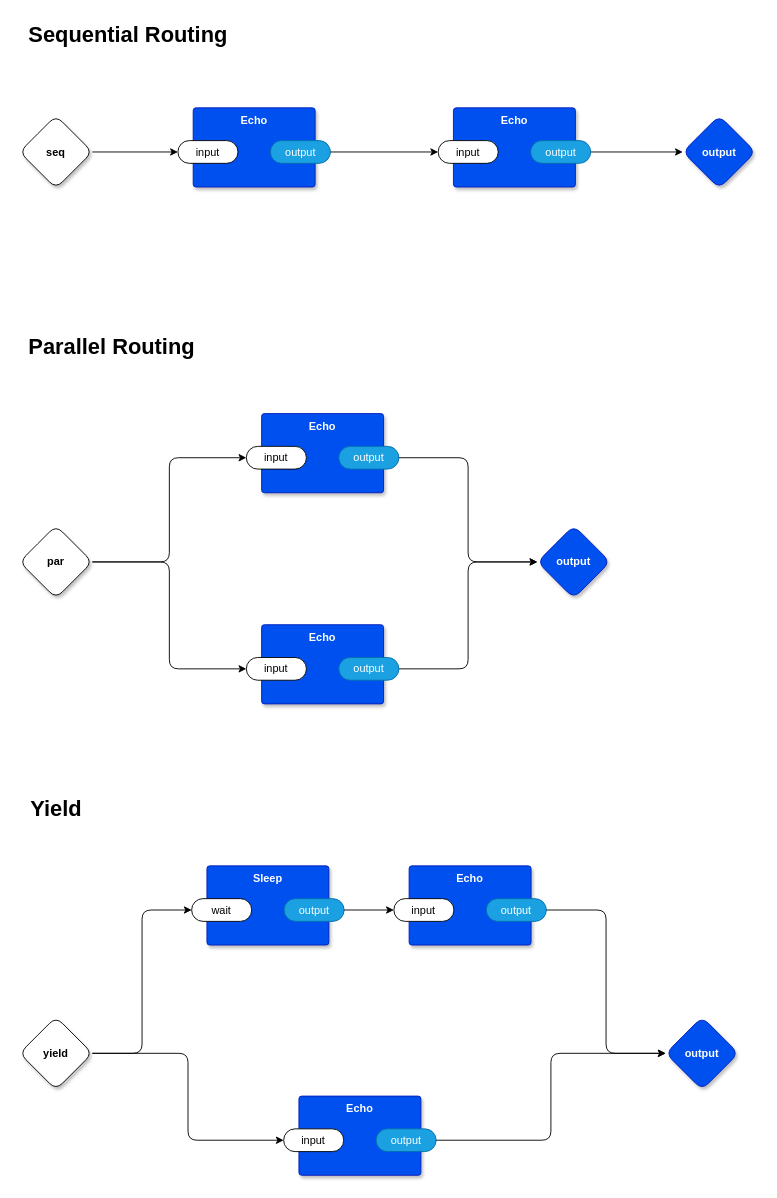
Before: example.drawio in guitarvydas/odin0d, a draw.io diagram. Source tidied: cells renumbered, new cells numbered last; positions are measured from the earlier drawing's top-left corner, leaving out a move shared by most shapes. Both pictures are drawn from the tidied source at 91%, with x=0, y=0 at pixel (19, 15).
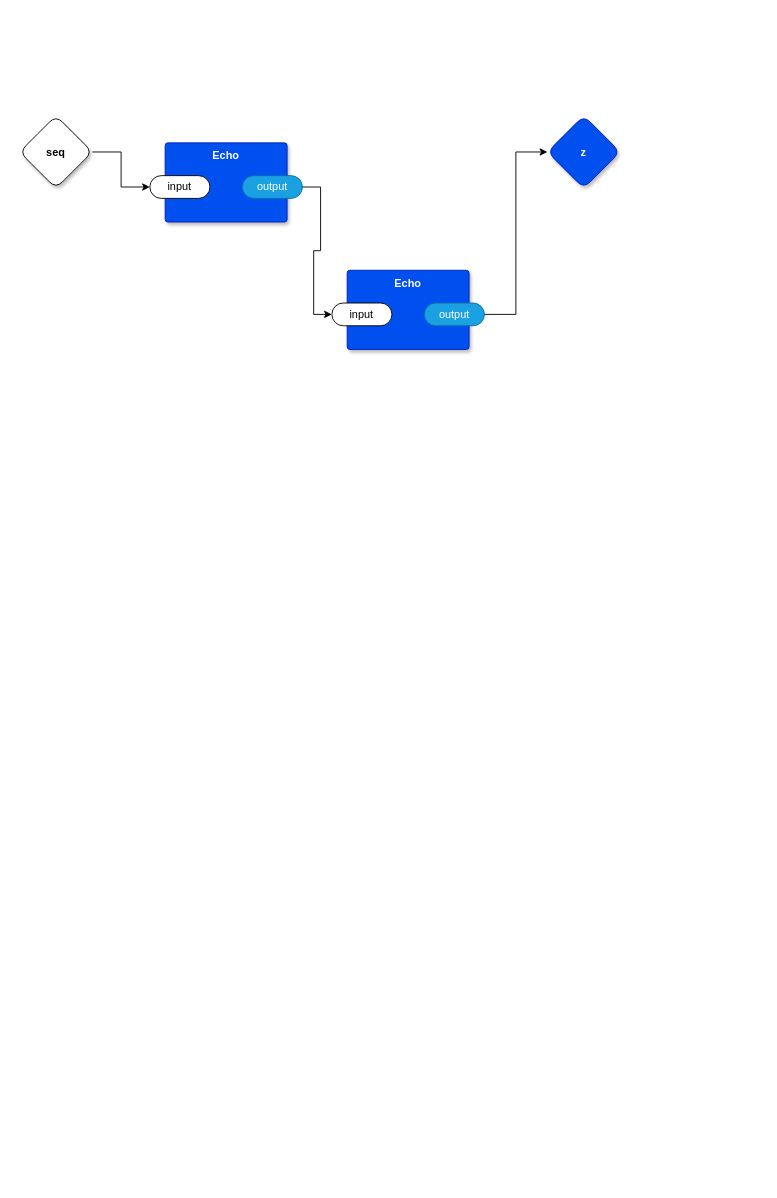
After the change.

Unchanged cells that the change refers to:
```xml
<mxCell id="15" value="seq" style="rhombus;whiteSpace=wrap;html=1;rounded=1;fontStyle=1;glass=0;sketch=0;fontSize=12;points=[[0,0.5,0,0,0],[0.5,0,0,0,0],[0.5,1,0,0,0],[1,0.5,0,0,0]];shadow=1;" parent="1" vertex="1">
  <mxGeometry y="109.5" width="80" height="80" as="geometry" />
</mxCell>
```

The edit, as a diff of the source:
```diff
@@
-    <mxCell id="2" style="edgeStyle=orthogonalEdgeStyle;rounded=1;jettySize=auto;html=1;exitX=1;exitY=0.5;exitDx=0;exitDy=0;exitPerimeter=0;entryX=0;entryY=0.5;entryDx=0;entryDy=0;entryPerimeter=0;" parent="1" edge="1" source="4" target="7">
-      <mxGeometry relative="1" as="geometry" />
-    </mxCell>
-    <mxCell id="3" style="edgeStyle=orthogonalEdgeStyle;rounded=1;jettySize=auto;html=1;exitX=1;exitY=0.5;exitDx=0;exitDy=0;exitPerimeter=0;entryX=0;entryY=0.5;entryDx=0;entryDy=0;entryPerimeter=0;" parent="1" edge="1" source="4" target="10">
-      <mxGeometry relative="1" as="geometry" />
-    </mxCell>
-    <mxCell id="4" value="par" style="rhombus;whiteSpace=wrap;html=1;rounded=1;fontStyle=1;glass=0;sketch=0;fontSize=12;points=[[0,0.5,0,0,0],[0.5,0,0,0,0],[0.5,1,0,0,0],[1,0.5,0,0,0]];shadow=1;" parent="1" vertex="1">
-      <mxGeometry y="560" width="80" height="80" as="geometry" />
-    </mxCell>
-    <mxCell id="5" value="output" style="rhombus;whiteSpace=wrap;html=1;rounded=1;fillColor=#0050ef;fontColor=#ffffff;strokeColor=#001DBC;fontStyle=1;glass=0;sketch=0;fontSize=12;points=[[0,0.5,0,0,0],[0.5,0,0,0,0],[0.5,1,0,0,0],[1,0.5,0,0,0]];shadow=1;" parent="1" vertex="1">
-      <mxGeometry x="569" y="560" width="80" height="80" as="geometry" />
-    </mxCell>
-    <mxCell id="6" value="Echo" style="rounded=1;whiteSpace=wrap;html=1;sketch=0;verticalAlign=top;arcSize=6;fontStyle=1;absoluteArcSize=1;shadow=1;strokeColor=#001DBC;fillColor=#0050ef;fontColor=#ffffff;" parent="1" vertex="1">
-      <mxGeometry x="266" y="669" width="134" height="87" as="geometry" />
-    </mxCell>
-    <mxCell id="7" value="input" style="rounded=1;whiteSpace=wrap;html=1;sketch=0;points=[[0,0.5,0,0,0],[1,0.5,0,0,0]];arcSize=50;" parent="6" vertex="1">
-      <mxGeometry x="-16.8" y="36" width="66" height="25" as="geometry" />
-    </mxCell>
-    <mxCell id="8" value="output" style="rounded=1;whiteSpace=wrap;html=1;sketch=0;points=[[0,0.5,0,0,0],[1,0.5,0,0,0]];fillColor=#1ba1e2;fontColor=#ffffff;strokeColor=#006EAF;arcSize=50;" parent="6" vertex="1">
-      <mxGeometry x="84.8" y="36" width="66" height="25" as="geometry" />
-    </mxCell>
-    <mxCell id="9" value="Echo" style="rounded=1;whiteSpace=wrap;html=1;sketch=0;verticalAlign=top;arcSize=6;fontStyle=1;absoluteArcSize=1;shadow=1;strokeColor=#001DBC;fillColor=#0050ef;fontColor=#ffffff;" parent="1" vertex="1">
-      <mxGeometry x="266" y="437" width="134" height="87" as="geometry" />
-    </mxCell>
-    <mxCell id="10" value="input" style="rounded=1;whiteSpace=wrap;html=1;sketch=0;points=[[0,0.5,0,0,0],[1,0.5,0,0,0]];arcSize=50;" parent="9" vertex="1">
-      <mxGeometry x="-16.8" y="36" width="66" height="25" as="geometry" />
-    </mxCell>
-    <mxCell id="11" value="output" style="rounded=1;whiteSpace=wrap;html=1;sketch=0;points=[[0,0.5,0,0,0],[1,0.5,0,0,0]];fillColor=#1ba1e2;fontColor=#ffffff;strokeColor=#006EAF;arcSize=50;" parent="9" vertex="1">
-      <mxGeometry x="84.8" y="36" width="66" height="25" as="geometry" />
-    </mxCell>
-    <mxCell id="12" style="edgeStyle=orthogonalEdgeStyle;rounded=1;jettySize=auto;html=1;exitX=1;exitY=0.5;exitDx=0;exitDy=0;exitPerimeter=0;entryX=0;entryY=0.5;entryDx=0;entryDy=0;entryPerimeter=0;" parent="1" edge="1" source="11" target="5">
-      <mxGeometry relative="1" as="geometry" />
-    </mxCell>
-    <mxCell id="13" style="edgeStyle=orthogonalEdgeStyle;rounded=1;jettySize=auto;html=1;exitX=1;exitY=0.5;exitDx=0;exitDy=0;exitPerimeter=0;entryX=0;entryY=0.5;entryDx=0;entryDy=0;entryPerimeter=0;" parent="1" edge="1" source="8" target="5">
-      <mxGeometry relative="1" as="geometry" />
-    </mxCell>
-    <mxCell id="14" style="edgeStyle=orthogonalEdgeStyle;rounded=1;jettySize=auto;html=1;exitX=1;exitY=0.5;exitDx=0;exitDy=0;exitPerimeter=0;entryX=0;entryY=0.5;entryDx=0;entryDy=0;entryPerimeter=0;" parent="1" edge="1" source="15" target="21">
-      <mxGeometry relative="1" as="geometry" />
-    </mxCell>
+    <mxCell id="44" value="Echo" style="rounded=1;whiteSpace=wrap;html=1;sketch=0;verticalAlign=top;arcSize=6;fontStyle=1;absoluteArcSize=1;shadow=1;strokeColor=#001DBC;fillColor=#0050ef;fontColor=#ffffff;" parent="1" vertex="1">
+      <mxGeometry x="160" y="139.5" width="134" height="87" as="geometry" />
+    </mxCell>
+    <mxCell id="45" value="input" style="rounded=1;whiteSpace=wrap;html=1;sketch=0;points=[[0,0.5,0,0,0],[1,0.5,0,0,0]];arcSize=50;" parent="44" vertex="1">
+      <mxGeometry x="-16.8" y="36" width="66" height="25" as="geometry" />
+    </mxCell>
+    <mxCell id="46" value="output" style="rounded=1;whiteSpace=wrap;html=1;sketch=0;points=[[0,0.5,0,0,0],[1,0.5,0,0,0]];fillColor=#1ba1e2;fontColor=#ffffff;strokeColor=#006EAF;arcSize=50;" parent="44" vertex="1">
+      <mxGeometry x="84.8" y="36" width="66" height="25" as="geometry" />
+    </mxCell>
+    <mxCell id="47" style="edgeStyle=orthogonalEdgeStyle;rounded=0;jettySize=auto;html=1;exitX=1;exitY=0.5;exitDx=0;exitDy=0;exitPerimeter=0;" parent="1" edge="1" source="15" target="45">
+      <mxGeometry relative="1" as="geometry" />
+    </mxCell>
@@
-    <mxCell id="16" value="output" style="rhombus;whiteSpace=wrap;html=1;rounded=1;fillColor=#0050ef;fontColor=#ffffff;strokeColor=#001DBC;fontStyle=1;glass=0;sketch=0;fontSize=12;points=[[0,0.5,0,0,0],[0.5,0,0,0,0],[0.5,1,0,0,0],[1,0.5,0,0,0]];shadow=1;" parent="1" vertex="1">
-      <mxGeometry x="728.8" y="109.5" width="80" height="80" as="geometry" />
-    </mxCell>
-    <mxCell id="17" value="Echo" style="rounded=1;whiteSpace=wrap;html=1;sketch=0;verticalAlign=top;arcSize=6;fontStyle=1;absoluteArcSize=1;shadow=1;strokeColor=#001DBC;fillColor=#0050ef;fontColor=#ffffff;" parent="1" vertex="1">
-      <mxGeometry x="476.8" y="101" width="134" height="87" as="geometry" />
-    </mxCell>
-    <mxCell id="18" value="input" style="rounded=1;whiteSpace=wrap;html=1;sketch=0;points=[[0,0.5,0,0,0],[1,0.5,0,0,0]];arcSize=50;" parent="17" vertex="1">
-      <mxGeometry x="-16.8" y="36" width="66" height="25" as="geometry" />
-    </mxCell>
-    <mxCell id="19" value="output" style="rounded=1;whiteSpace=wrap;html=1;sketch=0;points=[[0,0.5,0,0,0],[1,0.5,0,0,0]];fillColor=#1ba1e2;fontColor=#ffffff;strokeColor=#006EAF;arcSize=50;" parent="17" vertex="1">
-      <mxGeometry x="84.8" y="36" width="66" height="25" as="geometry" />
-    </mxCell>
-    <mxCell id="20" value="Echo" style="rounded=1;whiteSpace=wrap;html=1;sketch=0;verticalAlign=top;arcSize=6;fontStyle=1;absoluteArcSize=1;shadow=1;strokeColor=#001DBC;fillColor=#0050ef;fontColor=#ffffff;" parent="1" vertex="1">
-      <mxGeometry x="190.8" y="101" width="134" height="87" as="geometry" />
-    </mxCell>
-    <mxCell id="21" value="input" style="rounded=1;whiteSpace=wrap;html=1;sketch=0;points=[[0,0.5,0,0,0],[1,0.5,0,0,0]];arcSize=50;" parent="20" vertex="1">
-      <mxGeometry x="-16.8" y="36" width="66" height="25" as="geometry" />
-    </mxCell>
-    <mxCell id="22" value="output" style="rounded=1;whiteSpace=wrap;html=1;sketch=0;points=[[0,0.5,0,0,0],[1,0.5,0,0,0]];fillColor=#1ba1e2;fontColor=#ffffff;strokeColor=#006EAF;arcSize=50;" parent="20" vertex="1">
-      <mxGeometry x="84.8" y="36" width="66" height="25" as="geometry" />
-    </mxCell>
-    <mxCell id="23" style="edgeStyle=orthogonalEdgeStyle;rounded=1;jettySize=auto;html=1;exitX=1;exitY=0.5;exitDx=0;exitDy=0;exitPerimeter=0;entryX=0;entryY=0.5;entryDx=0;entryDy=0;entryPerimeter=0;" parent="1" edge="1" source="19" target="16">
-      <mxGeometry relative="1" as="geometry" />
-    </mxCell>
-    <mxCell id="24" style="edgeStyle=orthogonalEdgeStyle;rounded=1;jettySize=auto;html=1;exitX=1;exitY=0.5;exitDx=0;exitDy=0;exitPerimeter=0;entryX=0;entryY=0.5;entryDx=0;entryDy=0;entryPerimeter=0;" parent="1" edge="1" source="22" target="18">
-      <mxGeometry relative="1" as="geometry" />
-    </mxCell>
-    <mxCell id="25" value="&lt;b&gt;&lt;font style=&quot;font-size: 24px;&quot;&gt;Sequential Routing&lt;/font&gt;&lt;/b&gt;" style="text;html=1;align=center;verticalAlign=middle;strokeColor=none;fillColor=none;" parent="1" vertex="1">
-      <mxGeometry width="237" height="41" as="geometry" />
-    </mxCell>
-    <mxCell id="26" value="&lt;b&gt;&lt;font style=&quot;font-size: 24px;&quot;&gt;Parallel Routing&lt;/font&gt;&lt;/b&gt;" style="text;html=1;align=center;verticalAlign=middle;strokeColor=none;fillColor=none;" parent="1" vertex="1">
-      <mxGeometry y="343" width="201" height="41" as="geometry" />
-    </mxCell>
-    <mxCell id="27" style="edgeStyle=orthogonalEdgeStyle;rounded=1;jettySize=auto;html=1;exitX=1;exitY=0.5;exitDx=0;exitDy=0;exitPerimeter=0;entryX=0;entryY=0.5;entryDx=0;entryDy=0;entryPerimeter=0;" parent="1" edge="1" source="29" target="32">
-      <mxGeometry relative="1" as="geometry" />
-    </mxCell>
-    <mxCell id="28" style="edgeStyle=orthogonalEdgeStyle;rounded=1;jettySize=auto;html=1;exitX=1;exitY=0.5;exitDx=0;exitDy=0;exitPerimeter=0;entryX=0;entryY=0.5;entryDx=0;entryDy=0;entryPerimeter=0;" parent="1" edge="1" source="29" target="38">
-      <mxGeometry relative="1" as="geometry" />
-    </mxCell>
-    <mxCell id="29" value="yield" style="rhombus;whiteSpace=wrap;html=1;rounded=1;fontStyle=1;glass=0;sketch=0;fontSize=12;points=[[0,0.5,0,0,0],[0.5,0,0,0,0],[0.5,1,0,0,0],[1,0.5,0,0,0]];shadow=1;" parent="1" vertex="1">
-      <mxGeometry y="1100" width="80" height="80" as="geometry" />
-    </mxCell>
-    <mxCell id="30" value="output" style="rhombus;whiteSpace=wrap;html=1;rounded=1;fillColor=#0050ef;fontColor=#ffffff;strokeColor=#001DBC;fontStyle=1;glass=0;sketch=0;fontSize=12;points=[[0,0.5,0,0,0],[0.5,0,0,0,0],[0.5,1,0,0,0],[1,0.5,0,0,0]];shadow=1;" parent="1" vertex="1">
-      <mxGeometry x="710" y="1100" width="80" height="80" as="geometry" />
-    </mxCell>
-    <mxCell id="31" value="Sleep" style="rounded=1;whiteSpace=wrap;html=1;sketch=0;verticalAlign=top;arcSize=6;fontStyle=1;absoluteArcSize=1;shadow=1;strokeColor=#001DBC;fillColor=#0050ef;fontColor=#ffffff;" parent="1" vertex="1">
-      <mxGeometry x="205.9" y="934" width="134" height="87" as="geometry" />
-    </mxCell>
-    <mxCell id="32" value="wait" style="rounded=1;whiteSpace=wrap;html=1;sketch=0;points=[[0,0.5,0,0,0],[1,0.5,0,0,0]];arcSize=50;" parent="31" vertex="1">
-      <mxGeometry x="-16.8" y="36" width="66" height="25" as="geometry" />
-    </mxCell>
-    <mxCell id="33" value="output" style="rounded=1;whiteSpace=wrap;html=1;sketch=0;points=[[0,0.5,0,0,0],[1,0.5,0,0,0]];fillColor=#1ba1e2;fontColor=#ffffff;strokeColor=#006EAF;arcSize=50;" parent="31" vertex="1">
-      <mxGeometry x="84.8" y="36" width="66" height="25" as="geometry" />
-    </mxCell>
-    <mxCell id="34" value="Echo" style="rounded=1;whiteSpace=wrap;html=1;sketch=0;verticalAlign=top;arcSize=6;fontStyle=1;absoluteArcSize=1;shadow=1;strokeColor=#001DBC;fillColor=#0050ef;fontColor=#ffffff;" parent="1" vertex="1">
-      <mxGeometry x="428.1" y="934" width="134" height="87" as="geometry" />
-    </mxCell>
-    <mxCell id="35" value="input" style="rounded=1;whiteSpace=wrap;html=1;sketch=0;points=[[0,0.5,0,0,0],[1,0.5,0,0,0]];arcSize=50;" parent="34" vertex="1">
-      <mxGeometry x="-16.8" y="36" width="66" height="25" as="geometry" />
-    </mxCell>
-    <mxCell id="36" value="output" style="rounded=1;whiteSpace=wrap;html=1;sketch=0;points=[[0,0.5,0,0,0],[1,0.5,0,0,0]];fillColor=#1ba1e2;fontColor=#ffffff;strokeColor=#006EAF;arcSize=50;" parent="34" vertex="1">
-      <mxGeometry x="84.8" y="36" width="66" height="25" as="geometry" />
-    </mxCell>
-    <mxCell id="37" value="Echo" style="rounded=1;whiteSpace=wrap;html=1;sketch=0;verticalAlign=top;arcSize=6;fontStyle=1;absoluteArcSize=1;shadow=1;strokeColor=#001DBC;fillColor=#0050ef;fontColor=#ffffff;" parent="1" vertex="1">
-      <mxGeometry x="307" y="1187" width="134" height="87" as="geometry" />
-    </mxCell>
-    <mxCell id="38" value="input" style="rounded=1;whiteSpace=wrap;html=1;sketch=0;points=[[0,0.5,0,0,0],[1,0.5,0,0,0]];arcSize=50;" parent="37" vertex="1">
-      <mxGeometry x="-16.8" y="36" width="66" height="25" as="geometry" />
-    </mxCell>
-    <mxCell id="39" value="output" style="rounded=1;whiteSpace=wrap;html=1;sketch=0;points=[[0,0.5,0,0,0],[1,0.5,0,0,0]];fillColor=#1ba1e2;fontColor=#ffffff;strokeColor=#006EAF;arcSize=50;" parent="37" vertex="1">
-      <mxGeometry x="84.8" y="36" width="66" height="25" as="geometry" />
-    </mxCell>
-    <mxCell id="40" style="edgeStyle=orthogonalEdgeStyle;rounded=1;jettySize=auto;html=1;exitX=1;exitY=0.5;exitDx=0;exitDy=0;exitPerimeter=0;entryX=0;entryY=0.5;entryDx=0;entryDy=0;entryPerimeter=0;" parent="1" edge="1" source="33" target="35">
-      <mxGeometry relative="1" as="geometry" />
-    </mxCell>
-    <mxCell id="41" style="edgeStyle=orthogonalEdgeStyle;rounded=1;jettySize=auto;html=1;exitX=1;exitY=0.5;exitDx=0;exitDy=0;exitPerimeter=0;entryX=0;entryY=0.5;entryDx=0;entryDy=0;entryPerimeter=0;" parent="1" edge="1" source="36" target="30">
-      <mxGeometry relative="1" as="geometry" />
-    </mxCell>
-    <mxCell id="42" style="edgeStyle=orthogonalEdgeStyle;rounded=1;jettySize=auto;html=1;exitX=1;exitY=0.5;exitDx=0;exitDy=0;exitPerimeter=0;entryX=0;entryY=0.5;entryDx=0;entryDy=0;entryPerimeter=0;" parent="1" edge="1" source="39" target="30">
-      <mxGeometry relative="1" as="geometry" />
-    </mxCell>
-    <mxCell id="43" value="&lt;b&gt;&lt;font style=&quot;font-size: 24px;&quot;&gt;Yield&lt;/font&gt;&lt;/b&gt;" style="text;html=1;align=center;verticalAlign=middle;strokeColor=none;fillColor=none;" parent="1" vertex="1">
-      <mxGeometry x="3" y="851" width="74" height="41" as="geometry" />
-    </mxCell>
+    <mxCell id="48" value="z" style="rhombus;whiteSpace=wrap;html=1;rounded=1;fillColor=#0050ef;fontColor=#ffffff;strokeColor=#001DBC;fontStyle=1;glass=0;sketch=0;fontSize=12;points=[[0,0.5,0,0,0],[0.5,0,0,0,0],[0.5,1,0,0,0],[1,0.5,0,0,0]];shadow=1;" parent="1" vertex="1">
+      <mxGeometry x="580" y="109.5" width="80" height="80" as="geometry" />
+    </mxCell>
+    <mxCell id="49" value="Echo" style="rounded=1;whiteSpace=wrap;html=1;sketch=0;verticalAlign=top;arcSize=6;fontStyle=1;absoluteArcSize=1;shadow=1;strokeColor=#001DBC;fillColor=#0050ef;fontColor=#ffffff;" parent="1" vertex="1">
+      <mxGeometry x="360" y="279.5" width="134" height="87" as="geometry" />
+    </mxCell>
+    <mxCell id="50" value="input" style="rounded=1;whiteSpace=wrap;html=1;sketch=0;points=[[0,0.5,0,0,0],[1,0.5,0,0,0]];arcSize=50;" parent="49" vertex="1">
+      <mxGeometry x="-16.8" y="36" width="66" height="25" as="geometry" />
+    </mxCell>
+    <mxCell id="51" value="output" style="rounded=1;whiteSpace=wrap;html=1;sketch=0;points=[[0,0.5,0,0,0],[1,0.5,0,0,0]];fillColor=#1ba1e2;fontColor=#ffffff;strokeColor=#006EAF;arcSize=50;" parent="49" vertex="1">
+      <mxGeometry x="84.8" y="36" width="66" height="25" as="geometry" />
+    </mxCell>
+    <mxCell id="52" style="edgeStyle=orthogonalEdgeStyle;rounded=0;jettySize=auto;html=1;entryX=0;entryY=0.5;entryDx=0;entryDy=0;entryPerimeter=0;" parent="1" edge="1" source="46" target="50">
+      <mxGeometry relative="1" as="geometry" />
+    </mxCell>
+    <mxCell id="53" style="edgeStyle=orthogonalEdgeStyle;rounded=0;jettySize=auto;html=1;exitX=1;exitY=0.5;exitDx=0;exitDy=0;exitPerimeter=0;entryX=0;entryY=0.5;entryDx=0;entryDy=0;entryPerimeter=0;" parent="1" edge="1" source="51" target="48">
+      <mxGeometry relative="1" as="geometry" />
+    </mxCell>
```
